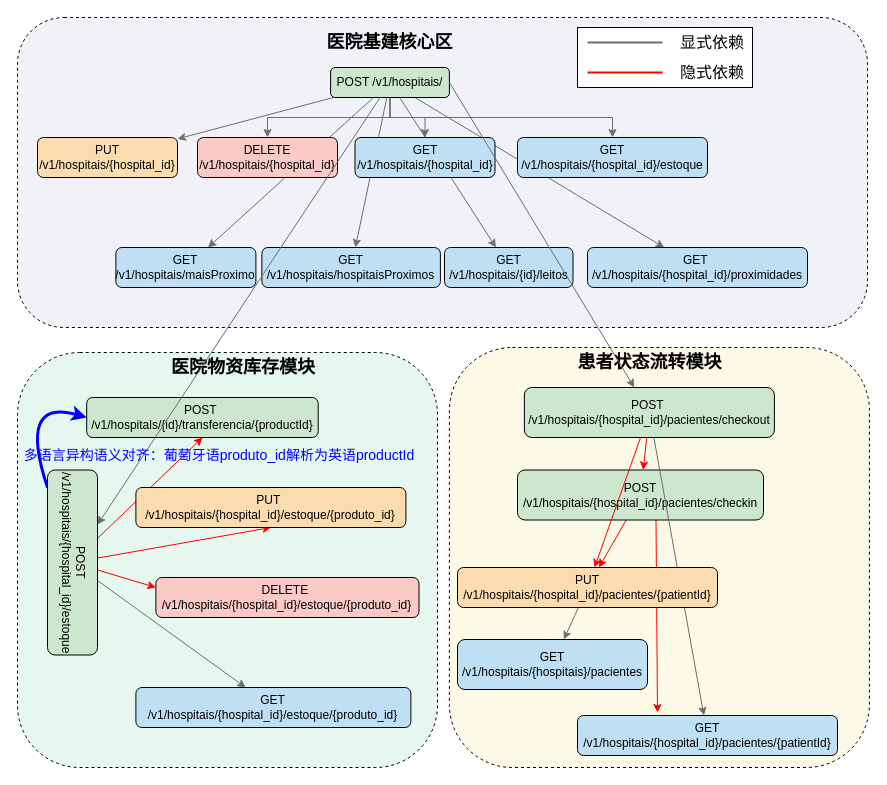
This is Gestao Hospital依赖图.drawio from beizhu0727/article, a draw.io file, before an edit. Source tidied: cells renumbered, new cells numbered last; positions are measured from the earlier drawing's top-left corner, leaving out a move shared by most shapes. Both pictures are drawn from the tidied source at 100%, with x=0, y=0 at pixel (17, 17).
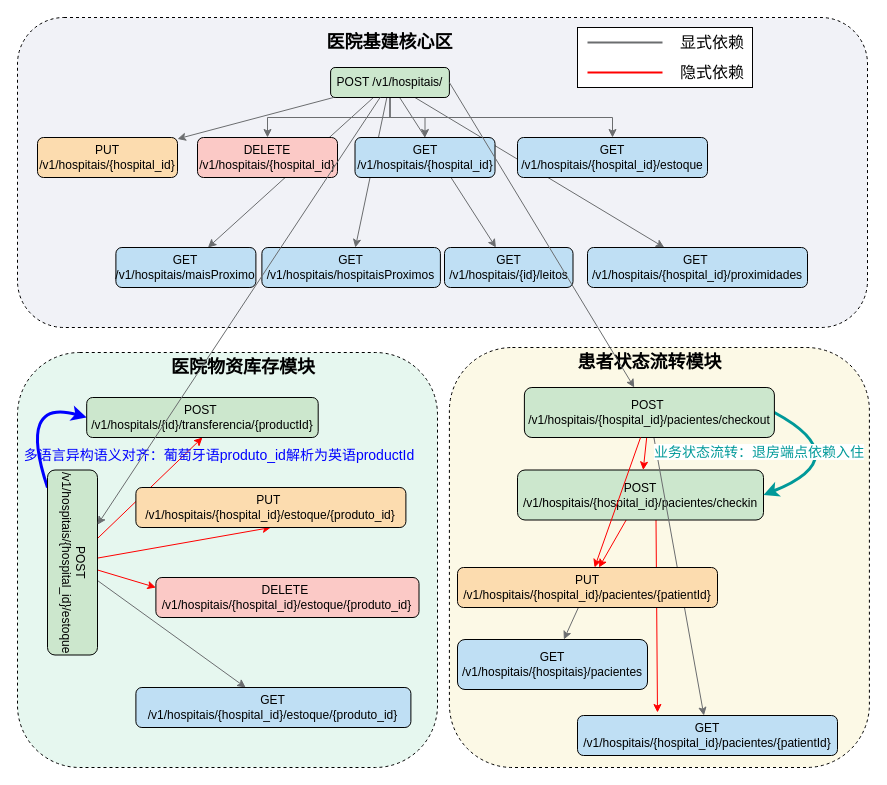
The same page after the edit.

Commit message:
更新Gestao Hospital依赖图.drawio

The change refers to these unchanged cells:
```xml
<mxCell id="25" value="&lt;font&gt;POST&lt;/font&gt;&lt;div&gt;&lt;font&gt;/v1/hospitais/{hospital_id}/pacientes/checkin&lt;/font&gt;&lt;/div&gt;" style="rounded=1;whiteSpace=wrap;html=1;fillColor=light-dark(#cce7cd, #ededed);" parent="1" vertex="1">
  <mxGeometry x="500" y="452.5" width="246" height="50" as="geometry" />
</mxCell>
<mxCell id="45" value="&lt;font&gt;POST&amp;nbsp;&lt;/font&gt;&lt;div&gt;&lt;font&gt;/v1/hospitais/{hospital_id}/pacientes/checkout&lt;/font&gt;&lt;/div&gt;" style="rounded=1;whiteSpace=wrap;html=1;fillColor=light-dark(#cce7cd, #ededed);" parent="1" vertex="1">
  <mxGeometry x="506.9" y="370" width="250" height="50" as="geometry" />
</mxCell>
```

Diff of the diagram source:
```diff
@@
+    <mxCell id="54" style="rounded=0;jettySize=auto;html=1;entryX=1;entryY=0.5;entryDx=0;entryDy=0;curved=1;exitX=1;exitY=0.5;exitDx=0;exitDy=0;strokeWidth=3;strokeColor=#009999;" parent="1" edge="1" source="45" target="25">
+      <mxGeometry relative="1" as="geometry">
+        <Array as="points">
+          <mxPoint x="840" y="440" />
+        </Array>
+      </mxGeometry>
+    </mxCell>
@@
+    <mxCell id="55" value="&lt;font style=&quot;font-size: 14px; background-color: light-dark(#ffffff, var(--ge-dark-color, #121212)); color: rgb(0, 153, 153);&quot;&gt;业务状态流转：退房端点依赖入住&lt;/font&gt;" style="text;html=1;whiteSpace=wrap;strokeColor=none;fillColor=none;align=center;verticalAlign=middle;rounded=0;" parent="1" vertex="1">
+      <mxGeometry x="631.9" y="420" width="220" height="30" as="geometry" />
+    </mxCell>
```
